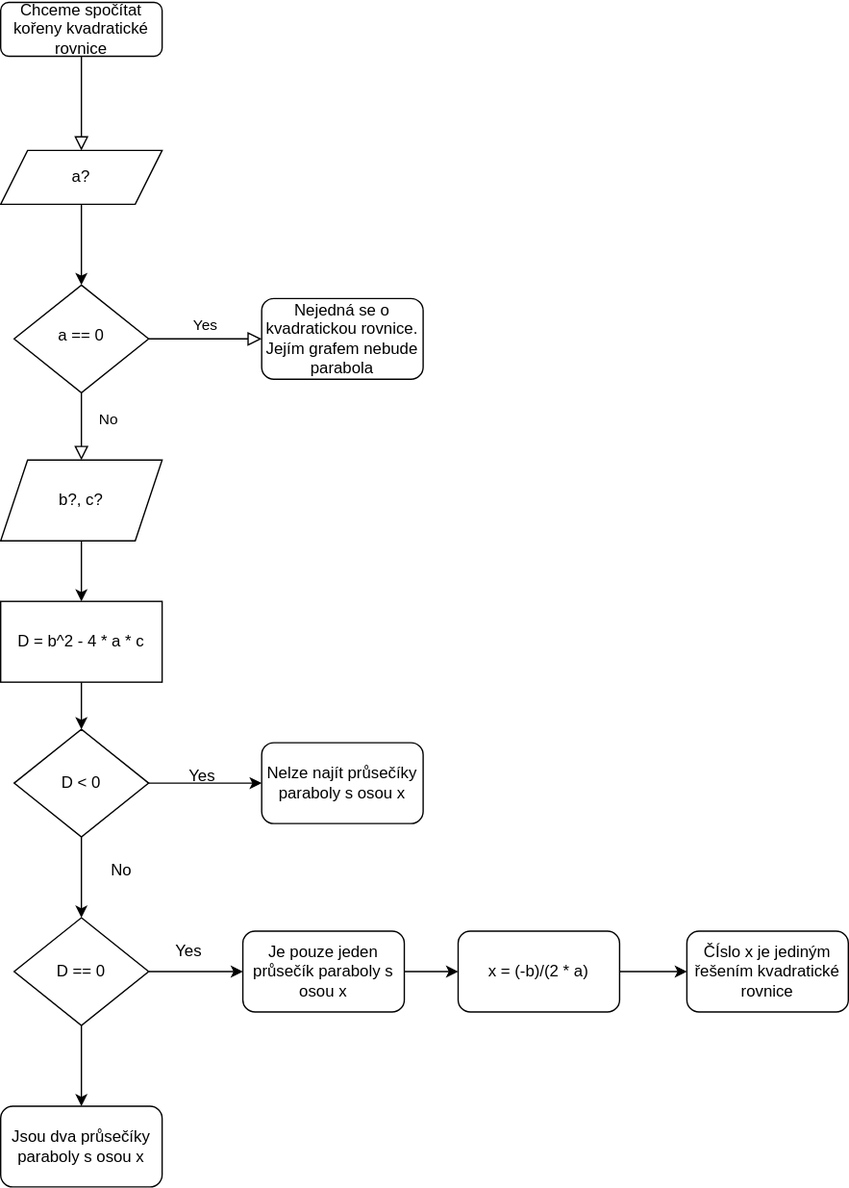
The draw.io diagram Kvadratické rovnice.svg in TomasKelbasa/diagrams.net, before a commit. Source tidied: cells renumbered, new cells last; positions are measured from the earlier drawing's top-left corner, leaving out a move shared by most shapes. The source it was exported from:
```xml
<mxGraphModel>
  <root>
    <mxCell id="0" />
    <mxCell id="1" parent="0" />
    <mxCell id="2" style="rounded=0;html=1;jettySize=auto;fontSize=11;endArrow=block;endFill=0;endSize=8;strokeWidth=1;shadow=0;labelBackgroundColor=none;edgeStyle=orthogonalEdgeStyle;entryX=0.5;entryY=0;entryDx=0;entryDy=0;" parent="1" edge="1" source="3" target="9">
      <mxGeometry relative="1" as="geometry">
        <Array as="points">
          <mxPoint x="60" y="110" />
        </Array>
      </mxGeometry>
    </mxCell>
    <mxCell id="3" value="Chceme spočítat kořeny kvadratické rovnice" style="rounded=1;whiteSpace=wrap;html=1;fontSize=12;glass=0;strokeWidth=1;shadow=0;" parent="1" vertex="1">
      <mxGeometry width="120" height="40" as="geometry" />
    </mxCell>
    <mxCell id="4" value="No" style="rounded=0;html=1;jettySize=auto;fontSize=11;endArrow=block;endFill=0;endSize=8;strokeWidth=1;shadow=0;labelBackgroundColor=none;edgeStyle=orthogonalEdgeStyle;entryX=0.5;entryY=0;entryDx=0;entryDy=0;" parent="1" edge="1" source="6" target="10">
      <mxGeometry x="-0.2" y="20" relative="1" as="geometry" />
    </mxCell>
    <mxCell id="5" value="Yes" style="edgeStyle=orthogonalEdgeStyle;rounded=0;html=1;jettySize=auto;fontSize=11;endArrow=block;endFill=0;endSize=8;strokeWidth=1;shadow=0;labelBackgroundColor=none;" parent="1" edge="1" source="6" target="7">
      <mxGeometry y="10" relative="1" as="geometry" />
    </mxCell>
    <mxCell id="6" value="a == 0" style="rhombus;whiteSpace=wrap;html=1;shadow=0;fontFamily=Helvetica;fontSize=12;align=center;strokeWidth=1;spacing=6;spacingTop=-4;" parent="1" vertex="1">
      <mxGeometry x="10" y="210" width="100" height="80" as="geometry" />
    </mxCell>
    <mxCell id="7" value="Nejedná se o kvadratickou rovnice. Jejím grafem nebude parabola" style="rounded=1;whiteSpace=wrap;html=1;fontSize=12;glass=0;strokeWidth=1;shadow=0;" parent="1" vertex="1">
      <mxGeometry x="194" y="220" width="120" height="60" as="geometry" />
    </mxCell>
    <mxCell id="8" style="edgeStyle=orthogonalEdgeStyle;rounded=0;jettySize=auto;html=1;exitX=0.5;exitY=1;exitDx=0;exitDy=0;entryX=0.5;entryY=0;entryDx=0;entryDy=0;" parent="1" edge="1" source="9" target="6">
      <mxGeometry relative="1" as="geometry" />
    </mxCell>
    <mxCell id="9" value="a?" style="shape=parallelogram;perimeter=parallelogramPerimeter;whiteSpace=wrap;html=1;fixedSize=1;" parent="1" vertex="1">
      <mxGeometry y="110" width="120" height="40" as="geometry" />
    </mxCell>
    <mxCell id="10" value="b?, c?" style="shape=parallelogram;perimeter=parallelogramPerimeter;whiteSpace=wrap;html=1;fixedSize=1;" parent="1" vertex="1">
      <mxGeometry y="340" width="120" height="60" as="geometry" />
    </mxCell>
    <mxCell id="11" style="endArrow=classic;html=1;rounded=0;exitX=0.5;exitY=1;exitDx=0;exitDy=0;entryX=0.5;entryY=0;entryDx=0;entryDy=0;" parent="1" edge="1" source="10" target="13">
      <mxGeometry relative="1" as="geometry" />
    </mxCell>
    <mxCell id="12" style="edgeStyle=orthogonalEdgeStyle;rounded=0;jettySize=auto;html=1;exitX=0.5;exitY=1;exitDx=0;exitDy=0;entryX=0.5;entryY=0;entryDx=0;entryDy=0;" parent="1" edge="1" source="13" target="14">
      <mxGeometry relative="1" as="geometry" />
    </mxCell>
    <mxCell id="13" value="D = b^2 - 4 * a * c" style="rounded=0;whiteSpace=wrap;html=1;" parent="1" vertex="1">
      <mxGeometry y="445" width="120" height="60" as="geometry" />
    </mxCell>
    <mxCell id="14" value="D &amp;lt; 0" style="rhombus;whiteSpace=wrap;html=1;" parent="1" vertex="1">
      <mxGeometry x="10" y="540" width="100" height="80" as="geometry" />
    </mxCell>
    <mxCell id="15" style="endArrow=classic;html=1;rounded=0;exitX=1;exitY=0.5;exitDx=0;exitDy=0;entryX=0;entryY=0.5;entryDx=0;entryDy=0;" parent="1" edge="1" source="14" target="16">
      <mxGeometry relative="1" as="geometry" />
    </mxCell>
    <mxCell id="16" value="Nelze najít průsečíky paraboly s osou x" style="rounded=1;whiteSpace=wrap;html=1;" parent="1" vertex="1">
      <mxGeometry x="194" y="550" width="120" height="60" as="geometry" />
    </mxCell>
    <mxCell id="17" value="Yes" style="text;html=1;strokeColor=none;fillColor=none;align=center;verticalAlign=middle;whiteSpace=wrap;rounded=0;" parent="1" vertex="1">
      <mxGeometry x="120" y="560" width="60" height="30" as="geometry" />
    </mxCell>
    <mxCell id="18" style="endArrow=classic;html=1;rounded=0;exitX=0.5;exitY=1;exitDx=0;exitDy=0;" parent="1" edge="1" source="14">
      <mxGeometry relative="1" as="geometry">
        <mxPoint x="60" y="680" as="targetPoint" />
      </mxGeometry>
    </mxCell>
    <mxCell id="19" value="D == 0" style="rhombus;whiteSpace=wrap;html=1;" parent="1" vertex="1">
      <mxGeometry x="10" y="680" width="100" height="80" as="geometry" />
    </mxCell>
    <mxCell id="20" style="endArrow=classic;html=1;rounded=0;exitX=1;exitY=0.5;exitDx=0;exitDy=0;" parent="1" edge="1" source="19" target="21">
      <mxGeometry relative="1" as="geometry" />
    </mxCell>
    <mxCell id="21" value="Je pouze jeden průsečík paraboly s osou x" style="rounded=1;whiteSpace=wrap;html=1;" parent="1" vertex="1">
      <mxGeometry x="180" y="690" width="120" height="60" as="geometry" />
    </mxCell>
    <mxCell id="22" style="endArrow=classic;html=1;rounded=0;exitX=1;exitY=0.5;exitDx=0;exitDy=0;entryX=0;entryY=0.5;entryDx=0;entryDy=0;" parent="1" edge="1" source="21" target="23">
      <mxGeometry relative="1" as="geometry" />
    </mxCell>
    <mxCell id="23" value="x = (-b)/(2 * a)" style="rounded=1;whiteSpace=wrap;html=1;" parent="1" vertex="1">
      <mxGeometry x="340" y="690" width="120" height="60" as="geometry" />
    </mxCell>
    <mxCell id="24" value="No" style="text;html=1;strokeColor=none;fillColor=none;align=center;verticalAlign=middle;whiteSpace=wrap;rounded=0;" parent="1" vertex="1">
      <mxGeometry x="60" y="630" width="60" height="30" as="geometry" />
    </mxCell>
    <mxCell id="25" value="Yes" style="text;html=1;strokeColor=none;fillColor=none;align=center;verticalAlign=middle;whiteSpace=wrap;rounded=0;" parent="1" vertex="1">
      <mxGeometry x="110" y="690" width="60" height="30" as="geometry" />
    </mxCell>
    <mxCell id="26" value="ČÍslo x je jediným řešením kvadratické rovnice" style="rounded=1;whiteSpace=wrap;html=1;" parent="1" vertex="1">
      <mxGeometry x="510" y="690" width="120" height="60" as="geometry" />
    </mxCell>
    <mxCell id="27" style="endArrow=classic;html=1;rounded=0;exitX=1;exitY=0.5;exitDx=0;exitDy=0;entryX=0;entryY=0.5;entryDx=0;entryDy=0;" parent="1" edge="1" source="23" target="26">
      <mxGeometry relative="1" as="geometry" />
    </mxCell>
    <mxCell id="28" value="Jsou dva průsečíky paraboly s osou x" style="rounded=1;whiteSpace=wrap;html=1;" parent="1" vertex="1">
      <mxGeometry y="820" width="120" height="60" as="geometry" />
    </mxCell>
    <mxCell id="29" style="endArrow=classic;html=1;rounded=0;exitX=0.5;exitY=1;exitDx=0;exitDy=0;" parent="1" edge="1" source="19" target="28">
      <mxGeometry relative="1" as="geometry" />
    </mxCell>
  </root>
</mxGraphModel>
```
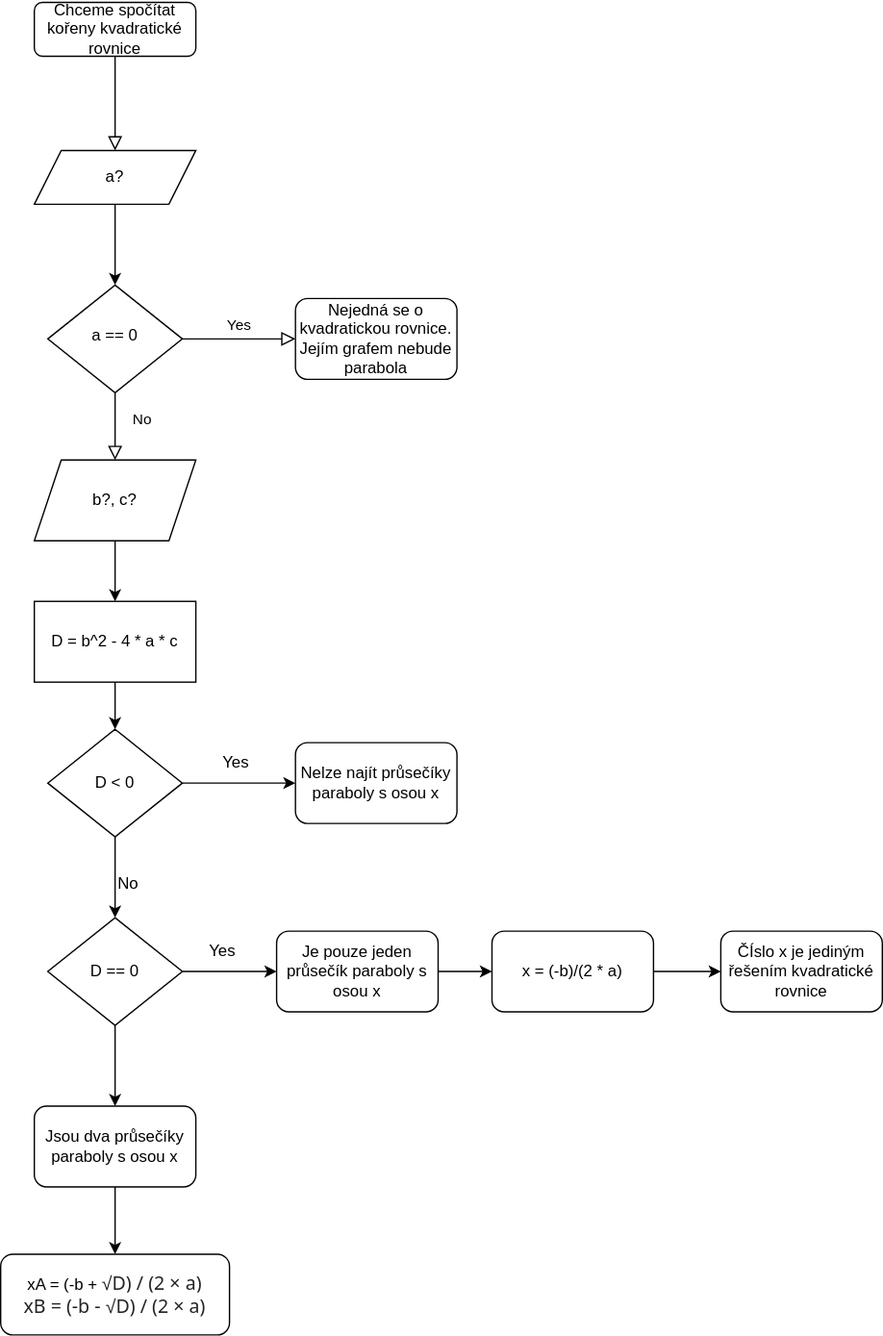
Later version of the same file.

Change to the diagram source:
```diff
@@ -52,7 +52,7 @@
       <mxGeometry x="194" y="550" width="120" height="60" as="geometry" />
     </mxCell>
     <mxCell id="17" value="Yes" style="text;html=1;strokeColor=none;fillColor=none;align=center;verticalAlign=middle;whiteSpace=wrap;rounded=0;" parent="1" vertex="1">
-      <mxGeometry x="120" y="560" width="60" height="30" as="geometry" />
+      <mxGeometry x="120" y="550" width="60" height="30" as="geometry" />
     </mxCell>
     <mxCell id="18" style="endArrow=classic;html=1;rounded=0;exitX=0.5;exitY=1;exitDx=0;exitDy=0;" parent="1" edge="1" source="14">
       <mxGeometry relative="1" as="geometry">
@@ -75,7 +75,7 @@
       <mxGeometry x="340" y="690" width="120" height="60" as="geometry" />
     </mxCell>
     <mxCell id="24" value="No" style="text;html=1;strokeColor=none;fillColor=none;align=center;verticalAlign=middle;whiteSpace=wrap;rounded=0;" parent="1" vertex="1">
-      <mxGeometry x="60" y="630" width="60" height="30" as="geometry" />
+      <mxGeometry x="40" y="640" width="60" height="30" as="geometry" />
     </mxCell>
     <mxCell id="25" value="Yes" style="text;html=1;strokeColor=none;fillColor=none;align=center;verticalAlign=middle;whiteSpace=wrap;rounded=0;" parent="1" vertex="1">
       <mxGeometry x="110" y="690" width="60" height="30" as="geometry" />
@@ -92,5 +92,11 @@
     <mxCell id="29" style="endArrow=classic;html=1;rounded=0;exitX=0.5;exitY=1;exitDx=0;exitDy=0;" parent="1" edge="1" source="19" target="28">
       <mxGeometry relative="1" as="geometry" />
     </mxCell>
+    <mxCell id="30" style="endArrow=classic;html=1;rounded=0;exitX=0.5;exitY=1;exitDx=0;exitDy=0;" parent="1" edge="1" source="28" target="31">
+      <mxGeometry relative="1" as="geometry" />
+    </mxCell>
+    <mxCell id="31" value="&lt;p&gt;xA = (-b +&amp;nbsp;&lt;span style=&quot;color: rgb(37 , 36 , 36) ; font-family: &amp;#34;segoe ui web&amp;#34; , &amp;#34;segoe ui&amp;#34; , &amp;#34;segoe wp&amp;#34; , &amp;#34;segoe ui emoji&amp;#34; , &amp;#34;tahoma&amp;#34; , &amp;#34;arial&amp;#34; , sans-serif ; font-size: 14px ; background-color: rgb(255 , 255 , 255)&quot;&gt;√D) / (2 × a)&lt;br&gt;&lt;/span&gt;&lt;span style=&quot;color: rgb(37 , 36 , 36) ; font-family: &amp;#34;segoe ui web&amp;#34; , &amp;#34;segoe ui&amp;#34; , &amp;#34;segoe wp&amp;#34; , &amp;#34;segoe ui emoji&amp;#34; , &amp;#34;tahoma&amp;#34; , &amp;#34;arial&amp;#34; , sans-serif ; font-size: 14px ; background-color: rgb(255 , 255 , 255)&quot;&gt;xB = (-b -&amp;nbsp;&lt;/span&gt;&lt;span style=&quot;color: rgb(37 , 36 , 36) ; font-family: &amp;#34;segoe ui web&amp;#34; , &amp;#34;segoe ui&amp;#34; , &amp;#34;segoe wp&amp;#34; , &amp;#34;segoe ui emoji&amp;#34; , &amp;#34;tahoma&amp;#34; , &amp;#34;arial&amp;#34; , sans-serif ; font-size: 14px ; background-color: rgb(255 , 255 , 255)&quot;&gt;√D) / (2 × a)&lt;/span&gt;&lt;/p&gt;" style="rounded=1;whiteSpace=wrap;html=1;" parent="1" vertex="1">
+      <mxGeometry x="-25" y="930" width="170" height="60" as="geometry" />
+    </mxCell>
   </root>
 </mxGraphModel>
```
